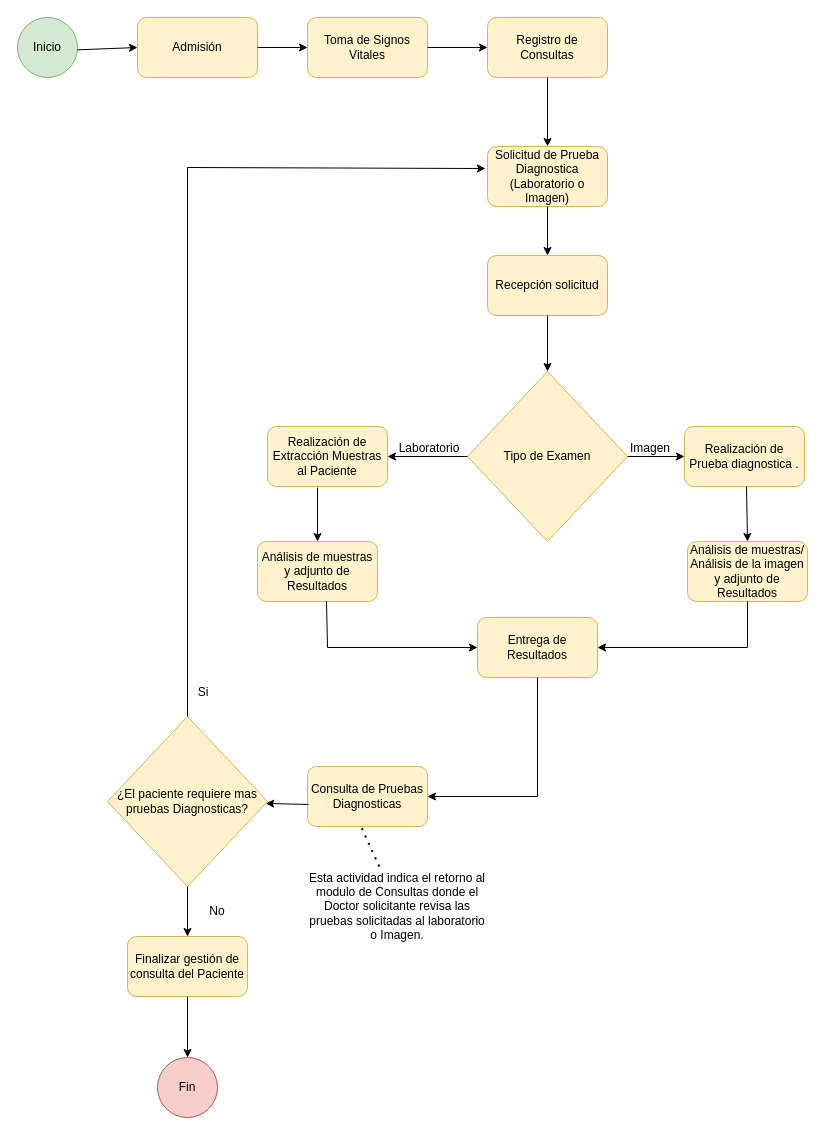
Earlier version of the draw.io diagram page "Diagrama de Laboratorio" (6 of 7) of Untitled Diagram.drawio (marguello86/Equipo1_MINSA). Source tidied: cells renumbered, new cells numbered last; positions are measured from the earlier drawing's top-left corner, leaving out a move shared by most shapes. Both pictures are drawn from the tidied source at 100%, with x=0, y=0 at pixel (17, 17).
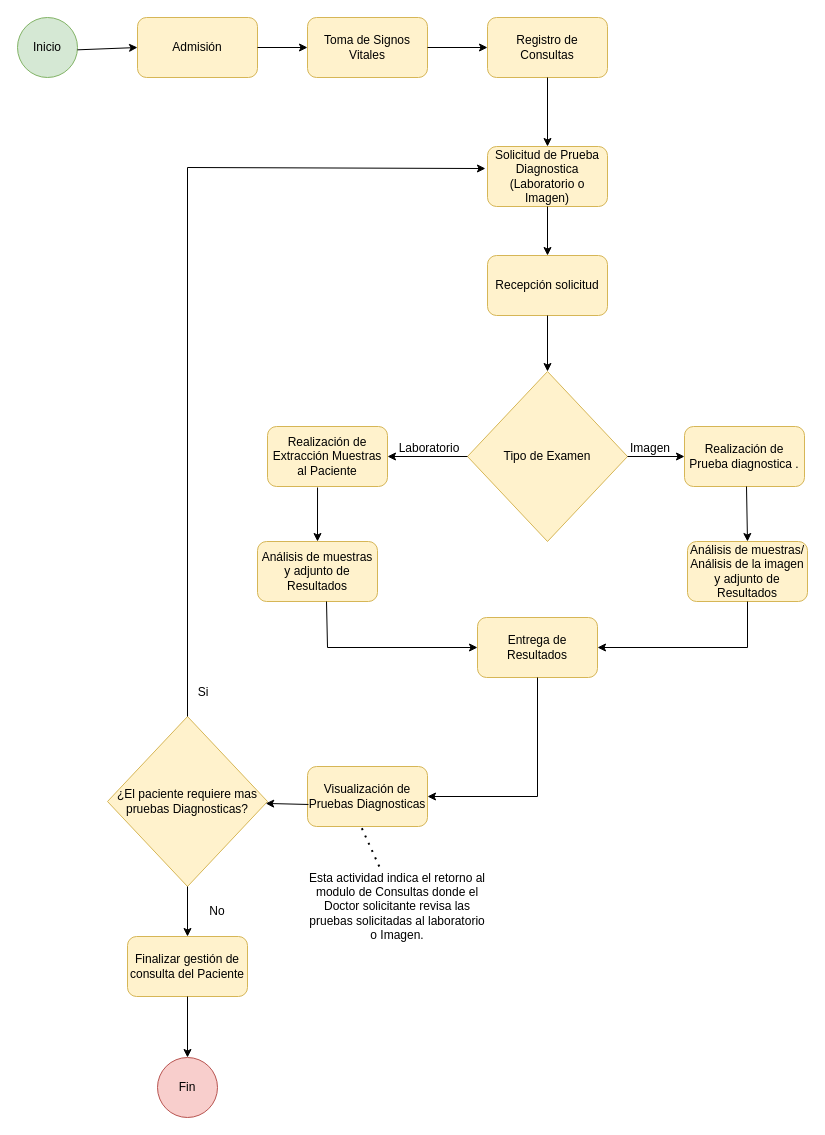
The same page after the edit.

Diff of the diagram source:
```diff
@@
-    <mxCell id="18" value="Consulta de Pruebas Diagnosticas" style="rounded=1;whiteSpace=wrap;html=1;fillColor=#fff2cc;strokeColor=#d6b656;" parent="1" vertex="1">
+    <mxCell id="18" value="Visualización de Pruebas Diagnosticas" style="rounded=1;whiteSpace=wrap;html=1;fillColor=#fff2cc;strokeColor=#d6b656;" parent="1" vertex="1">
       <mxGeometry x="290" y="749" width="120" height="60" as="geometry" />
     </mxCell>
```
